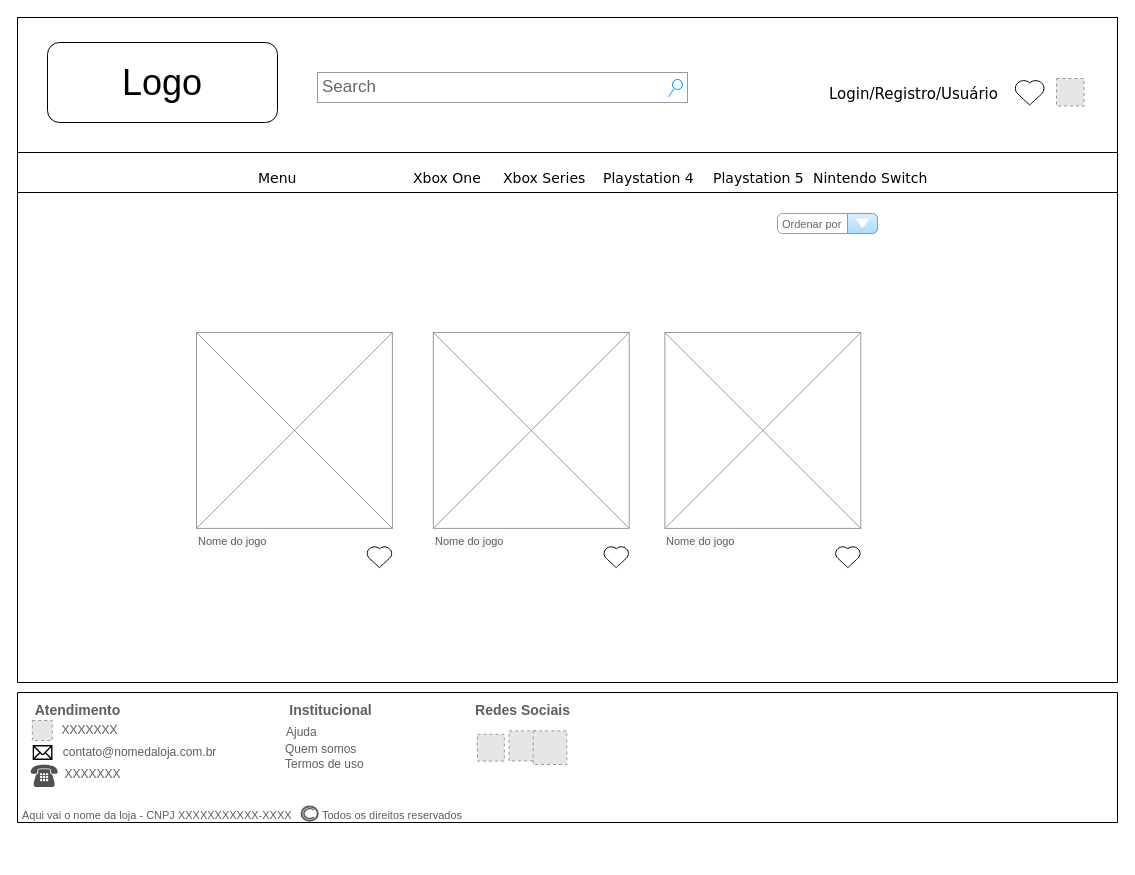
The draw.io diagram page "8. Comprar créditos" (18 of 22) of wireframe.drawio in pdaambrosio/dh_group_5, before the edit. Source tidied: cells renumbered, new cells numbered last; positions are measured from the earlier drawing's top-left corner, leaving out a move shared by most shapes. Both pictures are drawn from the tidied source at 100%, with x=0, y=0 at pixel (17, 17). Pictures stored in the file or linked from it are replaced by grey dashed boxes.
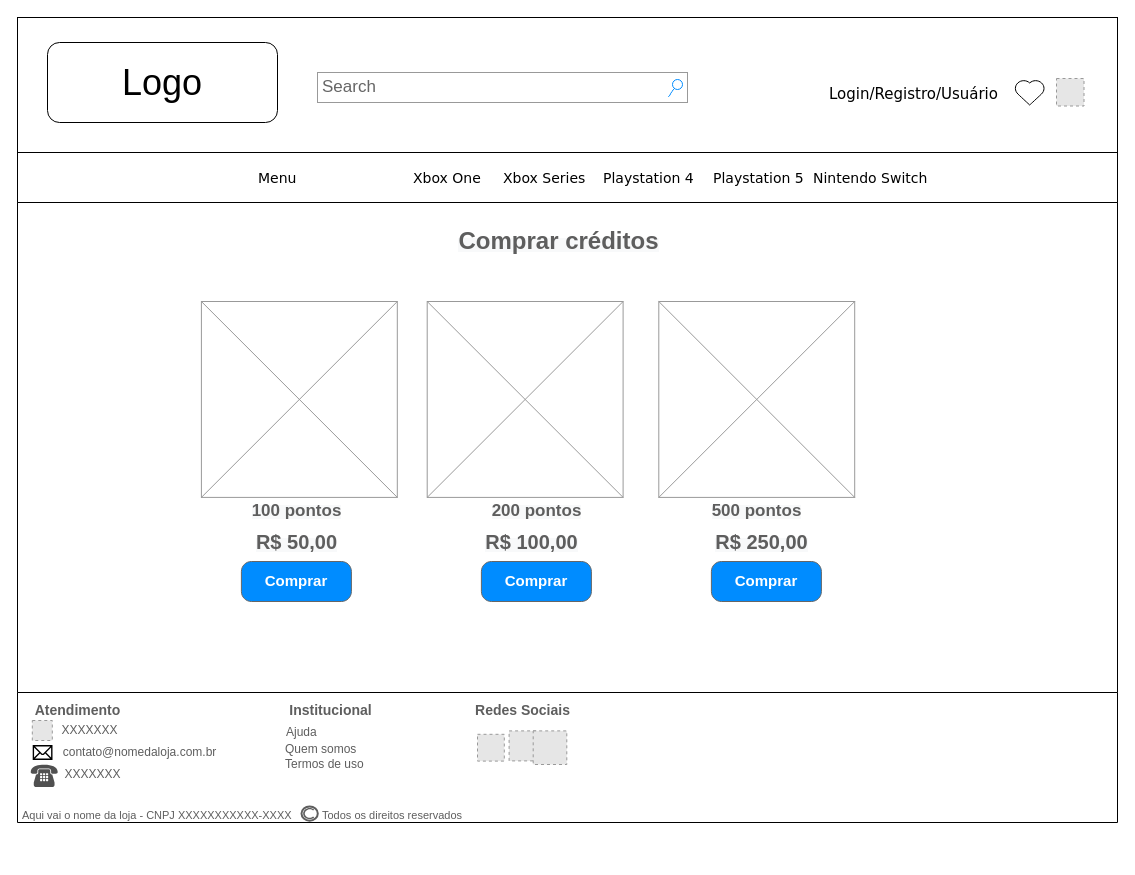
After the change.

The edit, as a diff of the source:
```diff
@@
+    <mxCell id="38" style="group;" parent="1" vertex="1">
+      <mxGeometry x="647.4" y="315" width="452.6" height="360" as="geometry" />
+    </mxCell>
-    <mxCell id="36" value="&lt;h1 style=&quot;color: rgb(0 , 0 , 0) ; font-family: &amp;#34;helvetica&amp;#34; ; font-style: normal ; letter-spacing: normal ; text-align: left ; text-indent: 0px ; text-transform: none ; word-spacing: 0px ; background-color: rgb(248 , 249 , 250)&quot;&gt;&lt;/h1&gt;" style="verticalLabelPosition=bottom;verticalAlign=top;html=1;shape=mxgraph.basic.rect;fillColor2=none;strokeWidth=1;size=20;indent=5;" parent="1" vertex="1">
-      <mxGeometry y="175" width="1100" height="490" as="geometry" />
+    <mxCell id="36" value="&lt;h1 style=&quot;color: rgb(0 , 0 , 0) ; font-family: &amp;#34;helvetica&amp;#34; ; font-style: normal ; letter-spacing: normal ; text-align: left ; text-indent: 0px ; text-transform: none ; word-spacing: 0px ; background-color: rgb(248 , 249 , 250)&quot;&gt;&lt;/h1&gt;" style="verticalLabelPosition=bottom;verticalAlign=top;html=1;shape=mxgraph.basic.rect;fillColor2=none;strokeWidth=1;size=20;indent=5;" parent="38" vertex="1">
+      <mxGeometry x="-647.4" y="-130" width="1100" height="490" as="geometry" />
     </mxCell>
-    <mxCell id="37" value="&lt;font style=&quot;font-size: 11px&quot;&gt;Ordenar por&lt;/font&gt;" style="strokeWidth=1;shadow=0;dashed=0;align=center;html=1;shape=mxgraph.mockup.forms.comboBox;strokeColor=#999999;fillColor=#ddeeff;align=left;fillColor2=#aaddff;mainText=;fontColor=#666666;fontSize=17;spacingLeft=3;" parent="1" vertex="1">
-      <mxGeometry x="760" y="196" width="100" height="20" as="geometry" />
-    </mxCell>
-    <mxCell id="38" style="group;" parent="1" vertex="1">
-      <mxGeometry x="647.4" y="315" width="267.1" height="260" as="geometry" />
-    </mxCell>
-    <mxCell id="39" style="verticalLabelPosition=bottom;verticalAlign=top;html=1;shape=mxgraph.basic.heart;" parent="38" vertex="1">
-      <mxGeometry x="170" y="213.7" width="25.9" height="21.4" as="geometry" />
-    </mxCell>
-    <mxCell id="40" value="&lt;h1 style=&quot;color: rgb(0 , 0 , 0) ; font-family: &amp;#34;helvetica&amp;#34; ; font-style: normal ; letter-spacing: normal ; text-align: left ; text-indent: 0px ; text-transform: none ; word-spacing: 0px ; background-color: rgb(248 , 249 , 250) ; font-size: 11px&quot;&gt;&lt;font color=&quot;#5e5e5e&quot; style=&quot;font-size: 11px ; font-weight: normal&quot;&gt;Nome do jogo&lt;/font&gt;&lt;/h1&gt;&lt;div&gt;&lt;font color=&quot;#5e5e5e&quot; style=&quot;font-size: 11px ; font-weight: normal&quot;&gt;&lt;br&gt;&lt;/font&gt;&lt;/div&gt;" style="text;whiteSpace=wrap;html=1;fontSize=15;" parent="38" vertex="1">
-      <mxGeometry y="188.8" width="267.1" height="71.2" as="geometry" />
-    </mxCell>
     <mxCell id="41" style="verticalLabelPosition=bottom;shadow=0;dashed=0;align=center;html=1;verticalAlign=top;strokeWidth=1;shape=mxgraph.mockup.graphics.simpleIcon;strokeColor=#999999;fillColor=#ffffff;fontSize=15;" parent="38" vertex="1">
-      <mxGeometry width="195.9" height="195.9" as="geometry" />
+      <mxGeometry x="-6.1" y="-31" width="195.9" height="195.9" as="geometry" />
     </mxCell>
-    <mxCell id="42" style="group;" parent="1" vertex="1">
-      <mxGeometry x="179" y="315" width="504" height="260" as="geometry" />
-    </mxCell>
-    <mxCell id="43" style="group;" parent="42" vertex="1">
-      <mxGeometry width="267.1" height="260" as="geometry" />
+    <mxCell id="43" style="group;" parent="1" vertex="1">
+      <mxGeometry x="172.9" y="284" width="267.1" height="260" as="geometry" />
     </mxCell>
-    <mxCell id="44" style="verticalLabelPosition=bottom;verticalAlign=top;html=1;shape=mxgraph.basic.heart;" parent="43" vertex="1">
-      <mxGeometry x="170" y="213.7" width="25.9" height="21.4" as="geometry" />
-    </mxCell>
-    <mxCell id="45" value="&lt;h1 style=&quot;color: rgb(0 , 0 , 0) ; font-family: &amp;#34;helvetica&amp;#34; ; font-style: normal ; letter-spacing: normal ; text-align: left ; text-indent: 0px ; text-transform: none ; word-spacing: 0px ; background-color: rgb(248 , 249 , 250) ; font-size: 11px&quot;&gt;&lt;font color=&quot;#5e5e5e&quot; style=&quot;font-size: 11px ; font-weight: normal&quot;&gt;Nome do jogo&lt;/font&gt;&lt;/h1&gt;&lt;div&gt;&lt;font color=&quot;#5e5e5e&quot; style=&quot;font-size: 11px ; font-weight: normal&quot;&gt;&lt;br&gt;&lt;/font&gt;&lt;/div&gt;" style="text;whiteSpace=wrap;html=1;fontSize=15;" parent="43" vertex="1">
-      <mxGeometry y="188.8" width="267.1" height="71.2" as="geometry" />
-    </mxCell>
     <mxCell id="46" style="verticalLabelPosition=bottom;shadow=0;dashed=0;align=center;html=1;verticalAlign=top;strokeWidth=1;shape=mxgraph.mockup.graphics.simpleIcon;strokeColor=#999999;fillColor=#ffffff;fontSize=15;" parent="43" vertex="1">
-      <mxGeometry width="195.9" height="195.9" as="geometry" />
+      <mxGeometry x="11" width="195.9" height="195.9" as="geometry" />
     </mxCell>
-    <mxCell id="47" style="group;" parent="42" vertex="1">
-      <mxGeometry x="236.8" width="267.1" height="260" as="geometry" />
+    <mxCell id="47" style="group;" parent="1" vertex="1">
+      <mxGeometry x="409.7" y="284" width="629.3" height="481" as="geometry" />
     </mxCell>
-    <mxCell id="48" style="verticalLabelPosition=bottom;verticalAlign=top;html=1;shape=mxgraph.basic.heart;" parent="47" vertex="1">
-      <mxGeometry x="170" y="213.7" width="25.9" height="21.4" as="geometry" />
-    </mxCell>
-    <mxCell id="49" value="&lt;h1 style=&quot;color: rgb(0 , 0 , 0) ; font-family: &amp;#34;helvetica&amp;#34; ; font-style: normal ; letter-spacing: normal ; text-align: left ; text-indent: 0px ; text-transform: none ; word-spacing: 0px ; background-color: rgb(248 , 249 , 250) ; font-size: 11px&quot;&gt;&lt;font color=&quot;#5e5e5e&quot; style=&quot;font-size: 11px ; font-weight: normal&quot;&gt;Nome do jogo&lt;/font&gt;&lt;/h1&gt;&lt;div&gt;&lt;font color=&quot;#5e5e5e&quot; style=&quot;font-size: 11px ; font-weight: normal&quot;&gt;&lt;br&gt;&lt;/font&gt;&lt;/div&gt;" style="text;whiteSpace=wrap;html=1;fontSize=15;" parent="47" vertex="1">
-      <mxGeometry y="188.8" width="267.1" height="71.2" as="geometry" />
-    </mxCell>
@@
+    <mxCell id="51" value="&lt;b style=&quot;color: rgb(94, 94, 94); font-family: helvetica; font-size: 12px; font-style: normal; letter-spacing: normal; text-align: center; text-indent: 0px; text-transform: none; word-spacing: 0px; background-color: rgb(248, 249, 250);&quot;&gt;&lt;font style=&quot;font-size: 24px&quot;&gt;Comprar créditos&lt;/font&gt;&lt;/b&gt;" style="text;html=1;align=center;verticalAlign=middle;" parent="1" vertex="1">
+      <mxGeometry x="430.9" y="214" width="220" height="20" as="geometry" />
+    </mxCell>
+    <mxCell id="52" value="&lt;b style=&quot;color: rgb(94 , 94 , 94) ; font-family: &amp;#34;helvetica&amp;#34; ; font-style: normal ; letter-spacing: normal ; text-align: center ; text-indent: 0px ; text-transform: none ; word-spacing: 0px ; background-color: rgb(248 , 249 , 250)&quot;&gt;&lt;font style=&quot;font-size: 17px&quot;&gt;100 pontos&lt;/font&gt;&lt;/b&gt;" style="text;html=1;align=center;verticalAlign=middle;" parent="1" vertex="1">
+      <mxGeometry x="223.9" y="484" width="110" height="20" as="geometry" />
+    </mxCell>
+    <mxCell id="53" value="&lt;b style=&quot;color: rgb(94 , 94 , 94) ; font-family: &amp;#34;helvetica&amp;#34; ; font-style: normal ; letter-spacing: normal ; text-align: center ; text-indent: 0px ; text-transform: none ; word-spacing: 0px ; background-color: rgb(248 , 249 , 250)&quot;&gt;&lt;font style=&quot;font-size: 20px&quot;&gt;R$ 50,00&lt;/font&gt;&lt;/b&gt;" style="text;html=1;align=center;verticalAlign=middle;" parent="1" vertex="1">
+      <mxGeometry x="228.9" y="514" width="100" height="20" as="geometry" />
+    </mxCell>
+    <mxCell id="54" value="&lt;b style=&quot;color: rgb(94 , 94 , 94) ; font-family: &amp;#34;helvetica&amp;#34; ; font-style: normal ; letter-spacing: normal ; text-align: center ; text-indent: 0px ; text-transform: none ; word-spacing: 0px ; background-color: rgb(248 , 249 , 250)&quot;&gt;&lt;font style=&quot;font-size: 20px&quot;&gt;R$ 100,00&lt;/font&gt;&lt;/b&gt;" style="text;html=1;align=center;verticalAlign=middle;" parent="1" vertex="1">
+      <mxGeometry x="458.9" y="514" width="110" height="20" as="geometry" />
+    </mxCell>
+    <mxCell id="55" value="&lt;b style=&quot;color: rgb(94 , 94 , 94) ; font-family: &amp;#34;helvetica&amp;#34; ; font-style: normal ; letter-spacing: normal ; text-align: center ; text-indent: 0px ; text-transform: none ; word-spacing: 0px ; background-color: rgb(248 , 249 , 250)&quot;&gt;&lt;font style=&quot;font-size: 17px&quot;&gt;200 pontos&lt;/font&gt;&lt;/b&gt;" style="text;html=1;align=center;verticalAlign=middle;" parent="1" vertex="1">
+      <mxGeometry x="463.9" y="484" width="110" height="20" as="geometry" />
+    </mxCell>
+    <mxCell id="56" value="&lt;b style=&quot;color: rgb(94 , 94 , 94) ; font-family: &amp;#34;helvetica&amp;#34; ; font-style: normal ; letter-spacing: normal ; text-align: center ; text-indent: 0px ; text-transform: none ; word-spacing: 0px ; background-color: rgb(248 , 249 , 250)&quot;&gt;&lt;font style=&quot;font-size: 17px&quot;&gt;500 pontos&lt;/font&gt;&lt;/b&gt;" style="text;html=1;align=center;verticalAlign=middle;" parent="1" vertex="1">
+      <mxGeometry x="683.9" y="484" width="110" height="20" as="geometry" />
+    </mxCell>
+    <mxCell id="57" value="&lt;b style=&quot;color: rgb(94 , 94 , 94) ; font-family: &amp;#34;helvetica&amp;#34; ; font-style: normal ; letter-spacing: normal ; text-align: center ; text-indent: 0px ; text-transform: none ; word-spacing: 0px ; background-color: rgb(248 , 249 , 250)&quot;&gt;&lt;font style=&quot;font-size: 20px&quot;&gt;R$ 250,00&lt;/font&gt;&lt;/b&gt;" style="text;html=1;align=center;verticalAlign=middle;" parent="1" vertex="1">
+      <mxGeometry x="688.9" y="514" width="110" height="20" as="geometry" />
+    </mxCell>
+    <mxCell id="58" value="&lt;font style=&quot;font-size: 15px&quot;&gt;Comprar&lt;/font&gt;" style="strokeWidth=1;shadow=0;dashed=0;align=center;html=1;shape=mxgraph.mockup.buttons.button;strokeColor=#666666;fontColor=#ffffff;mainText=;buttonStyle=round;fontSize=17;fontStyle=1;fillColor=#008cff;whiteSpace=wrap;" parent="1" vertex="1">
+      <mxGeometry x="223.9" y="544" width="110" height="40" as="geometry" />
+    </mxCell>
+    <mxCell id="59" value="&lt;font style=&quot;font-size: 15px&quot;&gt;Comprar&lt;/font&gt;" style="strokeWidth=1;shadow=0;dashed=0;align=center;html=1;shape=mxgraph.mockup.buttons.button;strokeColor=#666666;fontColor=#ffffff;mainText=;buttonStyle=round;fontSize=17;fontStyle=1;fillColor=#008cff;whiteSpace=wrap;" parent="1" vertex="1">
+      <mxGeometry x="463.9" y="544" width="110" height="40" as="geometry" />
+    </mxCell>
+    <mxCell id="60" value="&lt;font style=&quot;font-size: 15px&quot;&gt;Comprar&lt;/font&gt;" style="strokeWidth=1;shadow=0;dashed=0;align=center;html=1;shape=mxgraph.mockup.buttons.button;strokeColor=#666666;fontColor=#ffffff;mainText=;buttonStyle=round;fontSize=17;fontStyle=1;fillColor=#008cff;whiteSpace=wrap;" parent="1" vertex="1">
+      <mxGeometry x="693.9" y="544" width="110" height="40" as="geometry" />
+    </mxCell>
```
